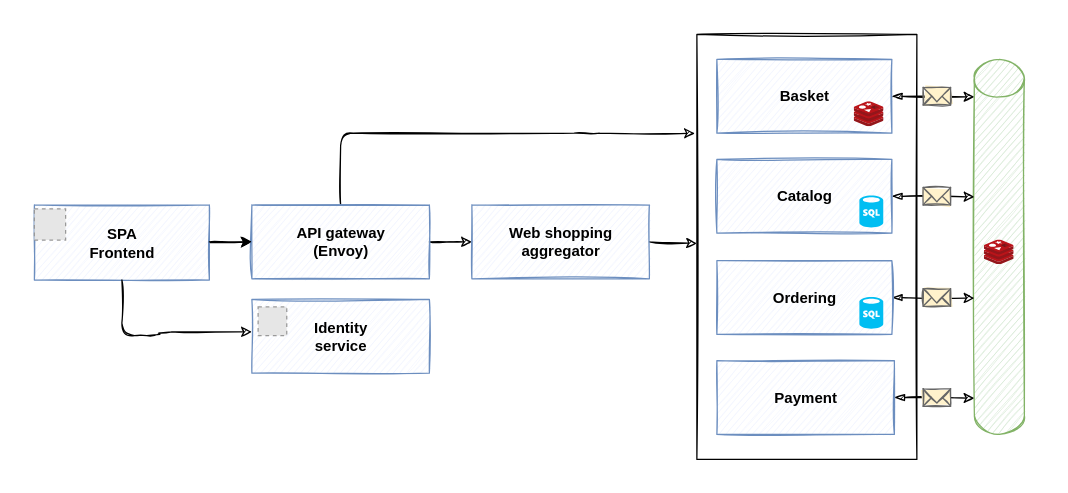
Above: diagrams/reference-application/eshop-on-dapr.drawio in EdwinVW/dapr-for-net-devs-diagrams (draw.io), before the change. Source tidied: cells renumbered, new cells numbered last; positions are measured from the earlier drawing's top-left corner, leaving out a move shared by most shapes. Both pictures are drawn from the tidied source at 125%, with x=0, y=0 at pixel (21, 21). Pictures stored in the file or linked from it are replaced by grey dashed boxes.
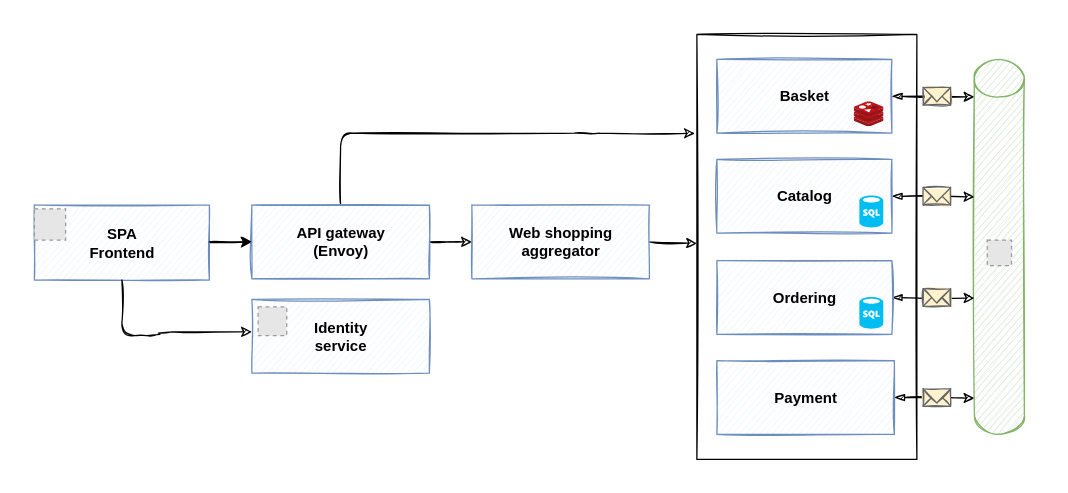
After the change.

Diff of the diagram source:
```diff
@@
-    <mxCell id="33" style="html=1;align=center;image;fontSize=12;image=img/lib/mscae/Cache_Redis_Product.svg;" parent="1" vertex="1">
-      <mxGeometry x="770.1" y="174.5" width="23.8" height="20" as="geometry" />
-    </mxCell>
+    <mxCell id="34" style="fillColor=#E6E6E6;strokeColor=#999999;dashed=1;" parent="1" vertex="1">
+      <mxGeometry x="772.3" y="174.5" width="19.4" height="20.5" as="geometry" />
+    </mxCell>
```
